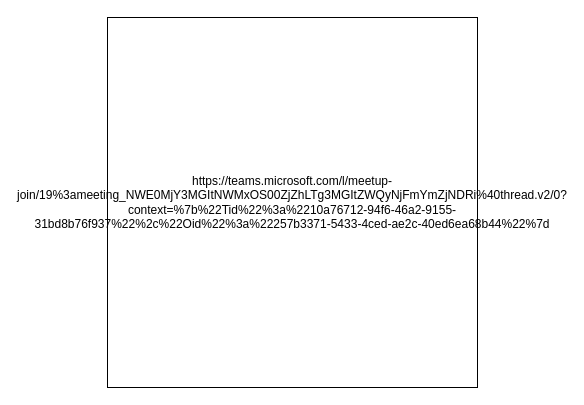
This is Diagrama sin título.drawio from rgil93/Prueba, a draw.io file, before an edit. Source tidied: cells renumbered, new cells numbered last; positions are measured from the earlier drawing's top-left corner, leaving out a move shared by most shapes. Both pictures are drawn from the tidied source at 100%, with x=0, y=0 at pixel (107, 17).
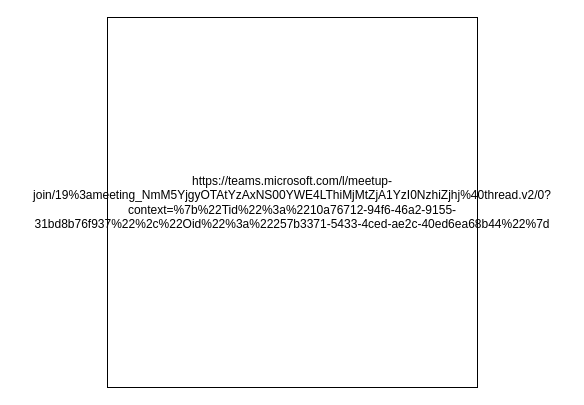
The same diagram, later.

The edit, as a diff of the source:
```diff
@@
 <mxGraphModel>
   <root>
     <mxCell id="0" />
     <mxCell id="1" parent="0" />
-    <mxCell id="2" value="&lt;div&gt;https://teams.microsoft.com/l/meetup-join/19%3ameeting_NWE0MjY3MGItNWMxOS00ZjZhLTg3MGItZWQyNjFmYmZjNDRi%40thread.v2/0?context=%7b%22Tid%22%3a%2210a76712-94f6-46a2-9155-31bd8b76f937%22%2c%22Oid%22%3a%22257b3371-5433-4ced-ae2c-40ed6ea68b44%22%7d&lt;/div&gt;" style="whiteSpace=wrap;html=1;" parent="1" vertex="1">
+    <mxCell id="2" value="&lt;div&gt;https://teams.microsoft.com/l/meetup-join/19%3ameeting_NmM5YjgyOTAtYzAxNS00YWE4LThiMjMtZjA1YzI0NzhiZjhj%40thread.v2/0?context=%7b%22Tid%22%3a%2210a76712-94f6-46a2-9155-31bd8b76f937%22%2c%22Oid%22%3a%22257b3371-5433-4ced-ae2c-40ed6ea68b44%22%7d&lt;/div&gt;" style="whiteSpace=wrap;html=1;" parent="1" vertex="1">
       <mxGeometry width="370" height="370" as="geometry" />
     </mxCell>
   </root>
 </mxGraphModel>
```
